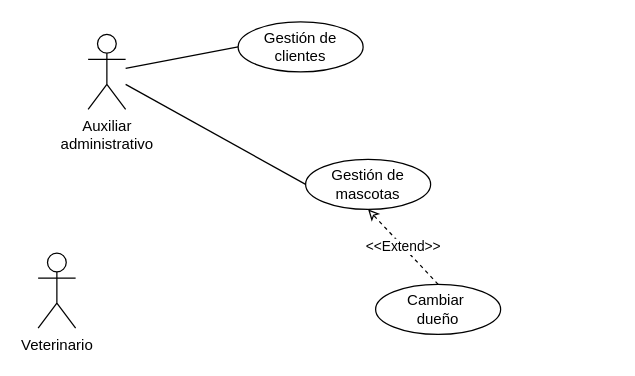
The draw.io diagram Parcail _2 PIMS.drawio in Andres-Nicolas/Diagramas, before the edit. Source tidied: cells renumbered, new cells numbered last; positions are measured from the earlier drawing's top-left corner, leaving out a move shared by most shapes. Both pictures are drawn from the tidied source at 125%, with x=0, y=0 at pixel (38, 21).
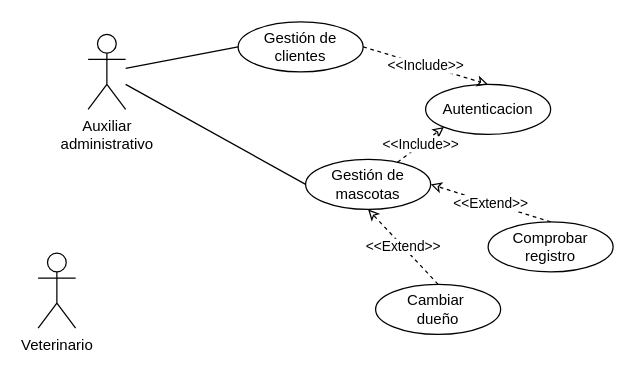
After the change.

Change to the diagram source:
```diff
@@
 <mxGraphModel>
   <root>
     <mxCell id="0" />
     <mxCell id="1" parent="0" />
     <mxCell id="2" value="Auxiliar&lt;br&gt;administrativo&lt;br&gt;" style="shape=umlActor;verticalLabelPosition=bottom;verticalAlign=top;html=1;outlineConnect=0;" parent="1" vertex="1">
       <mxGeometry x="40" y="10" width="30" height="60" as="geometry" />
     </mxCell>
     <mxCell id="3" value="Gestión de&lt;br&gt;clientes" style="ellipse;whiteSpace=wrap;html=1;" parent="1" vertex="1">
       <mxGeometry x="160" width="100" height="40" as="geometry" />
     </mxCell>
     <mxCell id="4" value="Veterinario" style="shape=umlActor;verticalLabelPosition=bottom;verticalAlign=top;html=1;" parent="1" vertex="1">
       <mxGeometry y="185" width="30" height="60" as="geometry" />
     </mxCell>
     <mxCell id="5" value="Gestión de mascotas" style="ellipse;whiteSpace=wrap;html=1;" parent="1" vertex="1">
       <mxGeometry x="214" y="110" width="100" height="40" as="geometry" />
     </mxCell>
     <mxCell id="6" value="Cambiar&amp;nbsp;&lt;br&gt;dueño" style="ellipse;whiteSpace=wrap;html=1;" parent="1" vertex="1">
       <mxGeometry x="270" y="210" width="100" height="40" as="geometry" />
     </mxCell>
     <mxCell id="7" value="&amp;lt;&amp;lt;Extend&amp;gt;&amp;gt;" style="endArrow=classic;dashed=1;html=1;rounded=0;exitX=0.5;exitY=0;exitDx=0;exitDy=0;entryX=0.5;entryY=1;entryDx=0;entryDy=0;endFill=0;" parent="1" edge="1" source="6" target="5">
       <mxGeometry relative="1" as="geometry" />
     </mxCell>
     <mxCell id="8" style="endArrow=none;html=1;rounded=0;entryX=0;entryY=0.5;entryDx=0;entryDy=0;" parent="1" edge="1" source="2" target="3">
       <mxGeometry relative="1" as="geometry" />
     </mxCell>
     <mxCell id="9" style="endArrow=none;html=1;rounded=0;entryX=0;entryY=0.5;entryDx=0;entryDy=0;" parent="1" edge="1" target="5">
       <mxGeometry relative="1" as="geometry">
         <mxPoint x="70" y="50" as="sourcePoint" />
       </mxGeometry>
     </mxCell>
+    <mxCell id="10" value="Comprobar&lt;br&gt;registro" style="ellipse;whiteSpace=wrap;html=1;" parent="1" vertex="1">
+      <mxGeometry x="360" y="160" width="100" height="40" as="geometry" />
+    </mxCell>
+    <mxCell id="11" value="&amp;lt;&amp;lt;Extend&amp;gt;&amp;gt;" style="endArrow=classic;dashed=1;html=1;rounded=0;exitX=0.5;exitY=0;exitDx=0;exitDy=0;endFill=0;entryX=1;entryY=0.5;entryDx=0;entryDy=0;" parent="1" edge="1" source="10" target="5">
+      <mxGeometry relative="1" as="geometry" />
+    </mxCell>
+    <mxCell id="12" value="Autenticacion" style="ellipse;whiteSpace=wrap;html=1;" parent="1" vertex="1">
+      <mxGeometry x="310" y="50" width="100" height="40" as="geometry" />
+    </mxCell>
+    <mxCell id="13" value="&amp;lt;&amp;lt;Include&amp;gt;&amp;gt;" style="endArrow=classic;dashed=1;html=1;rounded=0;exitX=1;exitY=0.5;exitDx=0;exitDy=0;entryX=0.5;entryY=0;entryDx=0;entryDy=0;endFill=0;" parent="1" edge="1" source="3" target="12">
+      <mxGeometry relative="1" as="geometry" />
+    </mxCell>
+    <mxCell id="14" value="&amp;lt;&amp;lt;Include&amp;gt;&amp;gt;" style="endArrow=classic;dashed=1;html=1;rounded=0;endFill=0;entryX=0;entryY=1;entryDx=0;entryDy=0;" parent="1" edge="1" source="5" target="12">
+      <mxGeometry relative="1" as="geometry" />
+    </mxCell>
   </root>
 </mxGraphModel>
```
